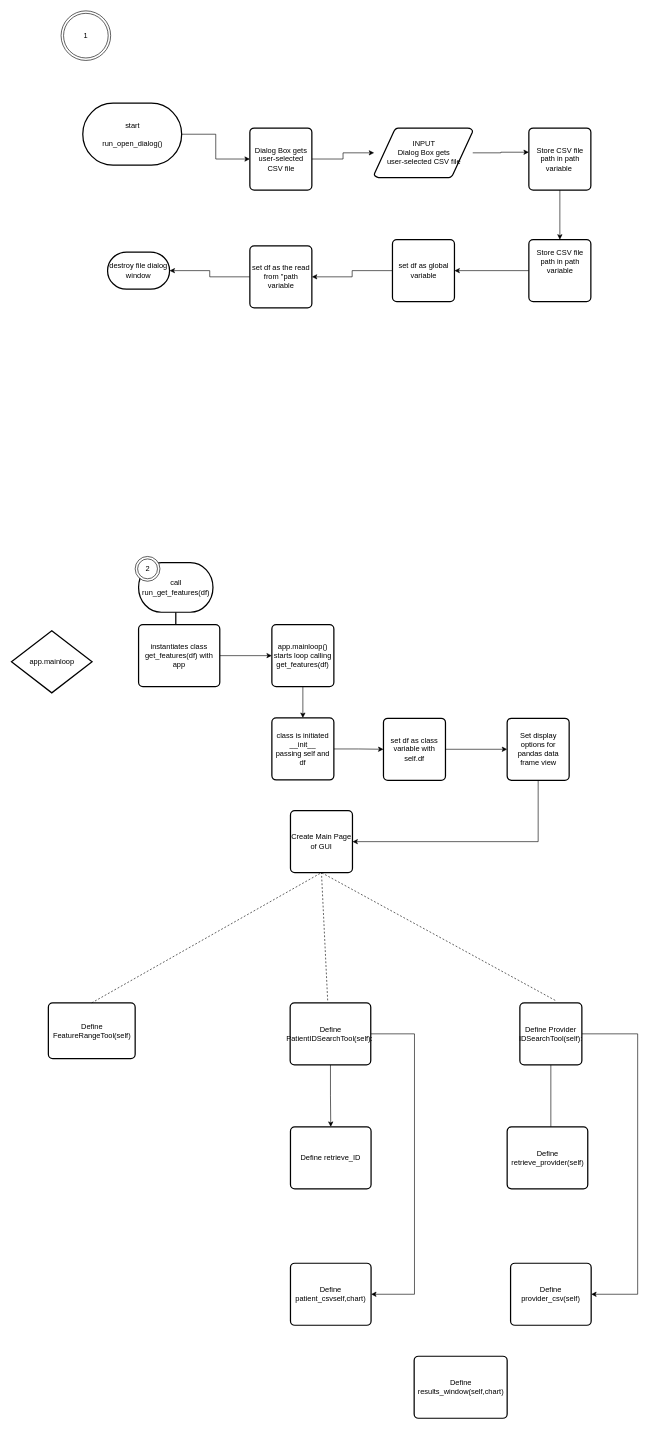
This is Untitled Diagram.drawio from ladri8/COVID19_AHA, a draw.io file, before an edit. Source tidied: cells renumbered, new cells numbered last; positions are measured from the earlier drawing's top-left corner, leaving out a move shared by most shapes. Both pictures are drawn from the tidied source at 62%, with x=0, y=0 at pixel (11, 11).
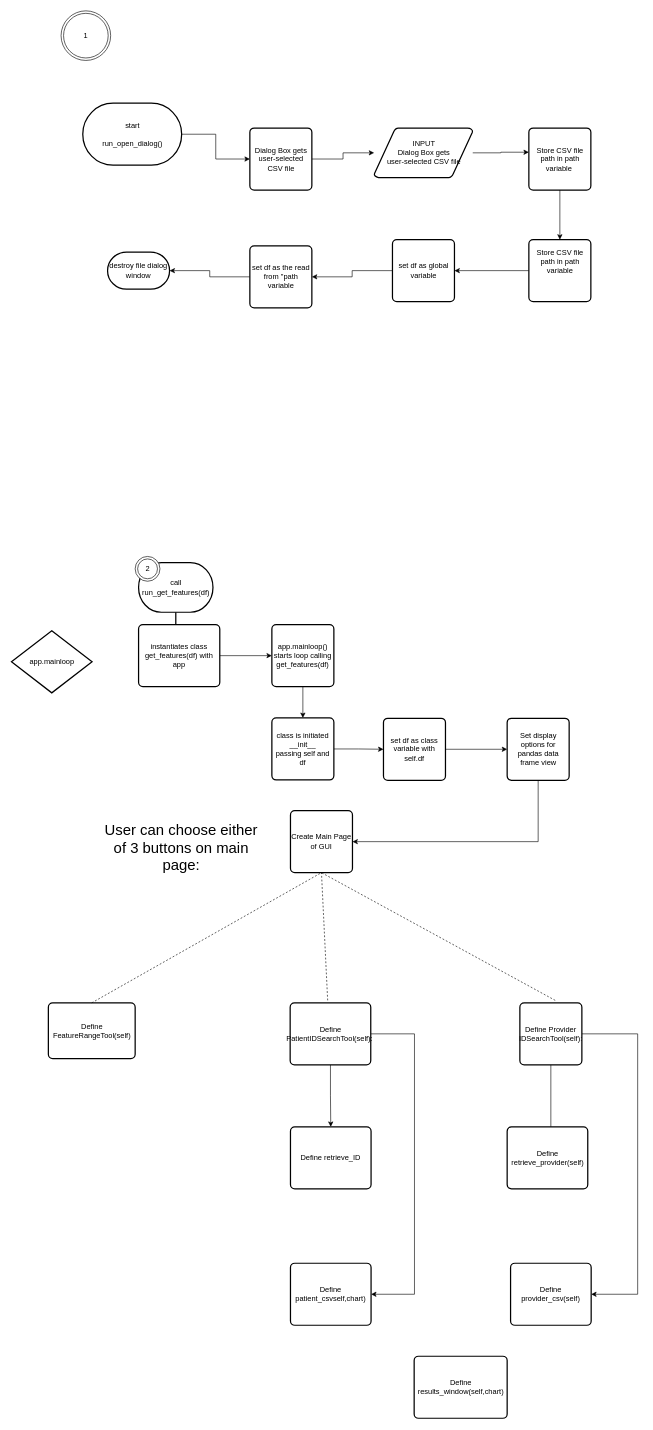
Above is the later version.

Change to the diagram source:
```diff
@@
+    <mxCell id="48" value="User can choose either of 3 buttons on main page: " style="text;html=1;strokeColor=none;fillColor=none;align=center;verticalAlign=middle;whiteSpace=wrap;rounded=0;fontSize=24;" parent="1" vertex="1">
+      <mxGeometry x="140" y="1340" width="268" height="20" as="geometry" />
+    </mxCell>
```
